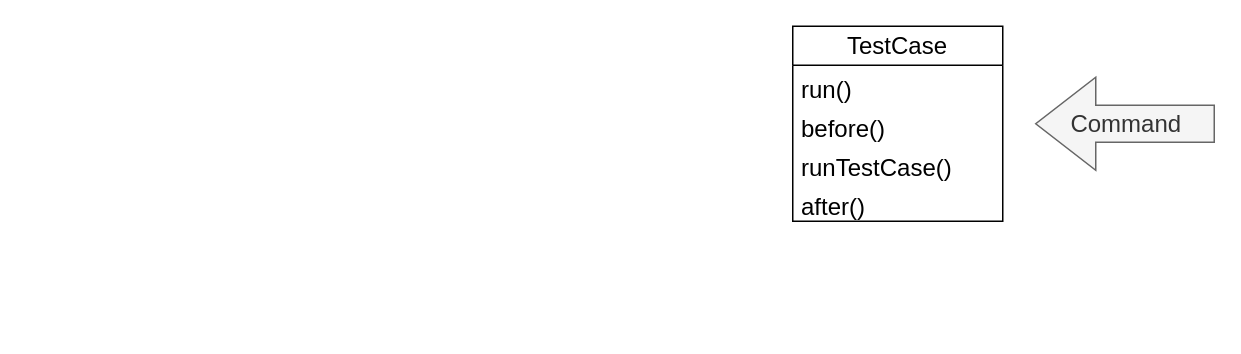
Before: JunitPatters.drawio in nooblette/junit-creation, a draw.io diagram. Source tidied: cells renumbered, new cells numbered last; positions are measured from the earlier drawing's top-left corner, leaving out a move shared by most shapes. Both pictures are drawn from the tidied source at 150%, with x=0, y=0 at pixel (792, 26).
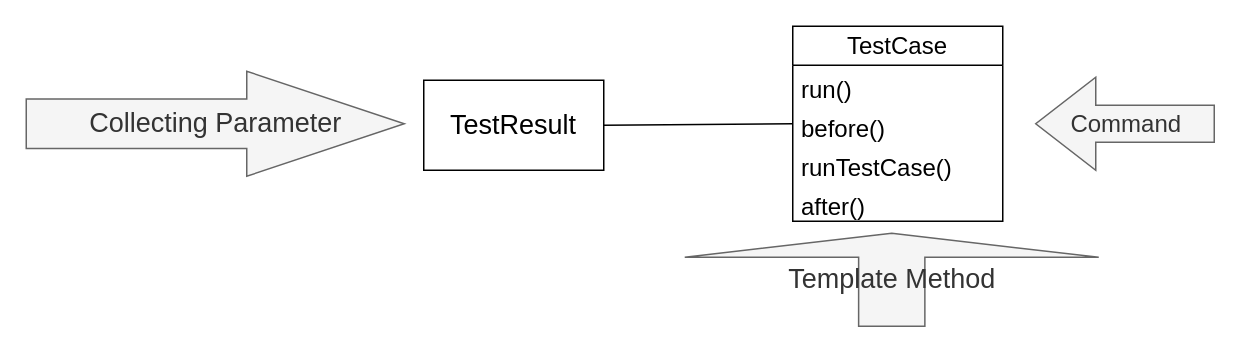
The same diagram, later.

Change to the diagram source:
```diff
@@
 <mxGraphModel>
   <root>
     <mxCell id="0" />
     <mxCell id="1" parent="0" />
     <mxCell id="2" value="TestCase" style="swimlane;fontStyle=0;horizontal=1;startSize=26;fillColor=none;whiteSpace=wrap;html=1;fontSize=16;" parent="1" vertex="1">
       <mxGeometry width="140" height="130" as="geometry" />
     </mxCell>
     <mxCell id="3" value="run()" style="text;strokeColor=none;fillColor=none;align=left;verticalAlign=top;spacingLeft=4;spacingRight=4;overflow=hidden;whiteSpace=wrap;html=1;fontSize=16;" parent="2" vertex="1">
       <mxGeometry y="26" width="140" height="26" as="geometry" />
     </mxCell>
     <mxCell id="4" value="before()" style="text;strokeColor=none;fillColor=none;align=left;verticalAlign=top;spacingLeft=4;spacingRight=4;overflow=hidden;whiteSpace=wrap;html=1;fontSize=16;" parent="2" vertex="1">
       <mxGeometry y="52" width="140" height="26" as="geometry" />
     </mxCell>
     <mxCell id="5" value="runTestCase()" style="text;strokeColor=none;fillColor=none;align=left;verticalAlign=top;spacingLeft=4;spacingRight=4;overflow=hidden;whiteSpace=wrap;html=1;fontSize=16;" parent="2" vertex="1">
       <mxGeometry y="78" width="140" height="26" as="geometry" />
     </mxCell>
     <mxCell id="6" value="after()" style="text;strokeColor=none;fillColor=none;align=left;verticalAlign=top;spacingLeft=4;spacingRight=4;overflow=hidden;whiteSpace=wrap;html=1;fontSize=16;" parent="2" vertex="1">
       <mxGeometry y="104" width="140" height="26" as="geometry" />
     </mxCell>
     <mxCell id="7" value="Command" style="html=1;shadow=0;dashed=0;align=center;verticalAlign=middle;shape=mxgraph.arrows2.arrow;dy=0.6;dx=40;flipH=1;notch=0;fontSize=16;fillColor=#f5f5f5;fontColor=#333333;strokeColor=#666666;" parent="1" vertex="1">
       <mxGeometry x="162" y="34" width="119" height="62" as="geometry" />
     </mxCell>
+    <mxCell id="8" value="&lt;font style=&quot;font-size: 18px;&quot;&gt;TestResult&lt;/font&gt;" style="rounded=0;whiteSpace=wrap;html=1;" parent="1" vertex="1">
+      <mxGeometry x="-246" y="36" width="120" height="60" as="geometry" />
+    </mxCell>
+    <mxCell id="9" value="&lt;font style=&quot;font-size: 18px;&quot;&gt;Collecting Parameter&lt;/font&gt;" style="html=1;shadow=0;dashed=0;align=center;verticalAlign=middle;shape=mxgraph.arrows2.arrow;dy=0.53;dx=105;notch=0;fillColor=#f5f5f5;fontColor=#333333;strokeColor=#666666;" parent="1" vertex="1">
+      <mxGeometry x="-511" y="30" width="252" height="70" as="geometry" />
+    </mxCell>
+    <mxCell id="10" value="&lt;font style=&quot;font-size: 18px;&quot;&gt;Template Method&lt;/font&gt;" style="html=1;shadow=0;dashed=0;align=center;verticalAlign=middle;shape=mxgraph.arrows2.arrow;dy=0.84;dx=16;direction=north;notch=0;fillColor=#f5f5f5;fontColor=#333333;strokeColor=#666666;" parent="1" vertex="1">
+      <mxGeometry x="-72" y="138" width="276" height="62" as="geometry" />
+    </mxCell>
+    <mxCell id="11" style="endArrow=none;html=1;rounded=0;exitX=1;exitY=0.5;exitDx=0;exitDy=0;entryX=0;entryY=0.5;entryDx=0;entryDy=0;" parent="1" edge="1" source="8" target="2">
+      <mxGeometry relative="1" as="geometry" />
+    </mxCell>
   </root>
 </mxGraphModel>
```
